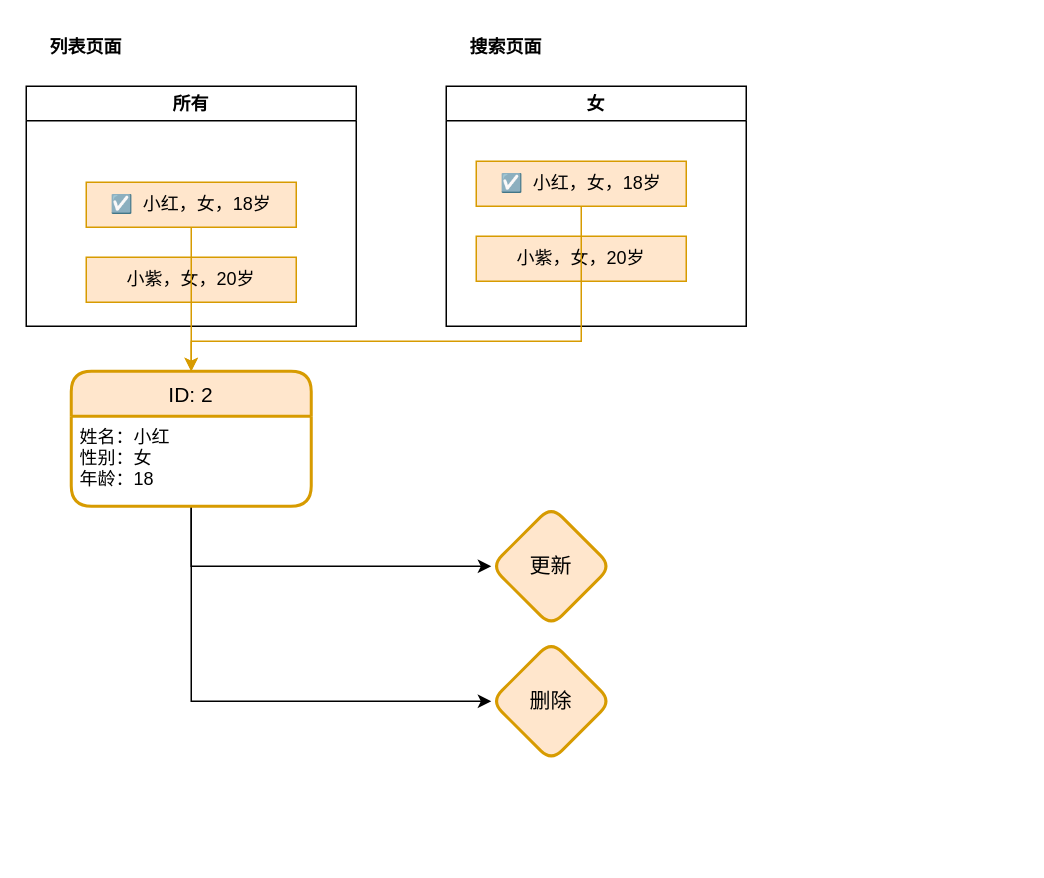
Before: page "ORM模拟" (2 of 2) of Untitled Diagram.drawio in clevok/static, a draw.io diagram. Source tidied: cells renumbered, new cells numbered last; positions are measured from the earlier drawing's top-left corner, leaving out a move shared by most shapes. Both pictures are drawn from the tidied source at 150%, with x=0, y=0 at pixel (26, 26).
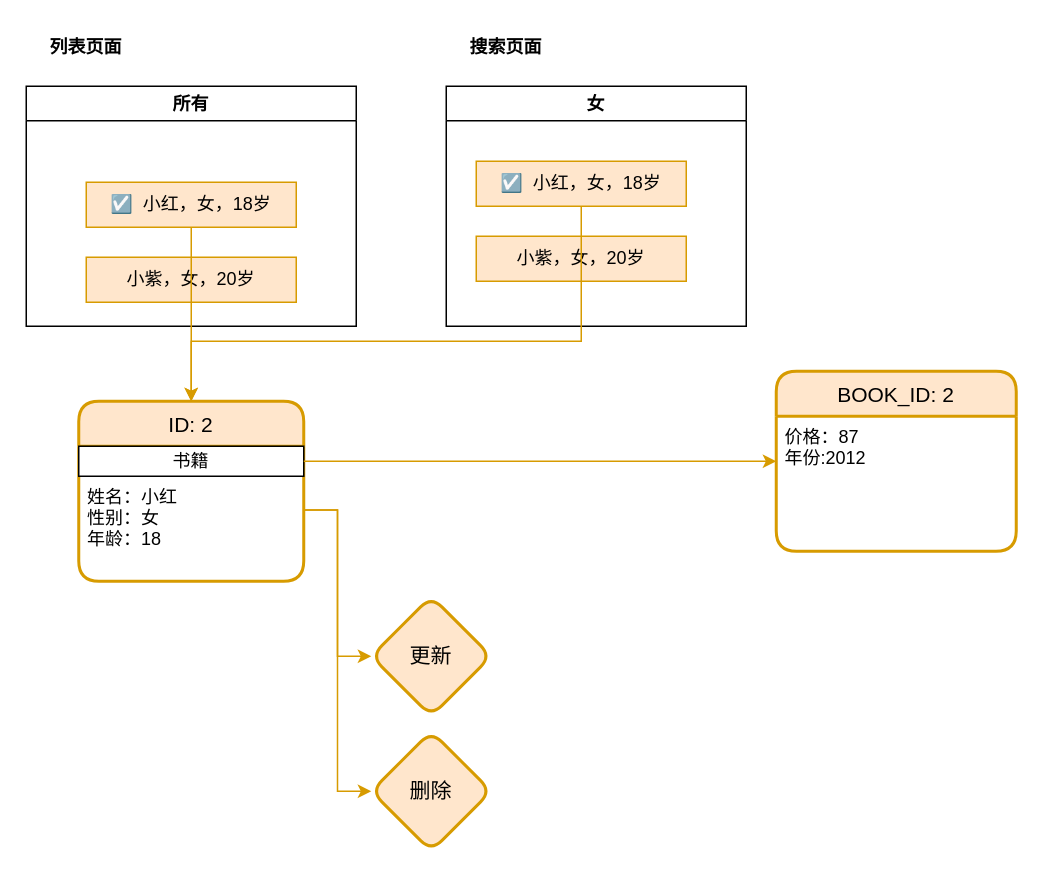
The same page after the edit.

Diff of the diagram source:
```diff
@@
-    <mxCell id="10" style="edgeStyle=orthogonalEdgeStyle;rounded=0;jettySize=auto;html=1;exitX=0.5;exitY=1;exitDx=0;exitDy=0;" parent="1" edge="1" source="13" target="16">
-      <mxGeometry relative="1" as="geometry" />
-    </mxCell>
-    <mxCell id="11" style="edgeStyle=orthogonalEdgeStyle;rounded=0;jettySize=auto;html=1;entryX=0;entryY=0.5;entryDx=0;entryDy=0;exitX=0.5;exitY=1;exitDx=0;exitDy=0;" parent="1" edge="1" source="13" target="17">
-      <mxGeometry relative="1" as="geometry" />
-    </mxCell>
     <mxCell id="12" value="ID: 2" style="swimlane;horizontal=1;startSize=30;rounded=1;fontSize=14;fontStyle=0;strokeWidth=2;shadow=0;dashed=0;align=center;fillColor=#ffe6cc;strokeColor=#d79b00;" parent="1" vertex="1">
-      <mxGeometry x="30" y="230" width="160" height="90" as="geometry" />
+      <mxGeometry x="35" y="250" width="150" height="120" as="geometry" />
     </mxCell>
+    <mxCell id="18" value="书籍" style="rounded=0;whiteSpace=wrap;html=1;" parent="12" vertex="1">
+      <mxGeometry y="30" width="150" height="20" as="geometry" />
+    </mxCell>
-    <mxCell id="13" value="姓名：小红&#10;性别：女&#10;年龄：18" style="align=left;strokeColor=none;fillColor=none;spacingLeft=4;fontSize=12;verticalAlign=top;" parent="12" vertex="1">
-      <mxGeometry y="30" width="160" height="60" as="geometry" />
+    <mxCell id="13" value="姓名：小红&#10;性别：女&#10;年龄：18&#10;" style="align=left;strokeColor=none;fillColor=none;spacingLeft=4;fontSize=12;verticalAlign=top;" parent="12" vertex="1">
+      <mxGeometry y="50" width="150" height="90" as="geometry" />
     </mxCell>
+    <mxCell id="19" style="rounded=0;whiteSpace=wrap;html=1;" parent="12" vertex="1">
+      <mxGeometry y="140" width="150" height="-20" as="geometry" />
+    </mxCell>
@@
     <mxCell id="16" value="更新" style="rhombus;whiteSpace=wrap;html=1;rounded=1;shadow=0;dashed=0;fontSize=14;fontStyle=0;strokeColor=#d79b00;strokeWidth=2;fillColor=#ffe6cc;startSize=30;" parent="1" vertex="1">
-      <mxGeometry x="310" y="320" width="80" height="80" as="geometry" />
+      <mxGeometry x="230" y="380" width="80" height="80" as="geometry" />
     </mxCell>
     <mxCell id="17" value="删除" style="rhombus;whiteSpace=wrap;html=1;rounded=1;shadow=0;dashed=0;fontSize=14;fontStyle=0;strokeColor=#d79b00;strokeWidth=2;fillColor=#ffe6cc;startSize=30;" parent="1" vertex="1">
-      <mxGeometry x="310" y="410" width="80" height="80" as="geometry" />
+      <mxGeometry x="230" y="470" width="80" height="80" as="geometry" />
     </mxCell>
+    <mxCell id="20" value="BOOK_ID: 2" style="swimlane;horizontal=1;startSize=30;rounded=1;fontSize=14;fontStyle=0;strokeWidth=2;shadow=0;dashed=0;align=center;fillColor=#ffe6cc;strokeColor=#d79b00;" parent="1" vertex="1">
+      <mxGeometry x="500" y="230" width="160" height="120" as="geometry" />
+    </mxCell>
+    <mxCell id="21" value="价格：87&#10;年份:2012" style="align=left;strokeColor=none;fillColor=none;spacingLeft=4;fontSize=12;verticalAlign=top;" parent="20" vertex="1">
+      <mxGeometry y="30" width="160" height="90" as="geometry" />
+    </mxCell>
+    <mxCell id="22" style="edgeStyle=orthogonalEdgeStyle;rounded=0;jettySize=auto;html=1;exitX=1;exitY=0.5;exitDx=0;exitDy=0;entryX=0;entryY=0.5;entryDx=0;entryDy=0;fillColor=#ffe6cc;strokeColor=#d79b00;" parent="1" edge="1" source="18" target="20">
+      <mxGeometry relative="1" as="geometry" />
+    </mxCell>
+    <mxCell id="10" style="edgeStyle=orthogonalEdgeStyle;rounded=0;jettySize=auto;html=1;exitX=1;exitY=0.25;exitDx=0;exitDy=0;fillColor=#ffe6cc;strokeColor=#d79b00;" parent="1" edge="1" source="13" target="16">
+      <mxGeometry relative="1" as="geometry" />
+    </mxCell>
+    <mxCell id="11" style="edgeStyle=orthogonalEdgeStyle;rounded=0;jettySize=auto;html=1;exitX=1;exitY=0.25;exitDx=0;exitDy=0;entryX=0;entryY=0.5;entryDx=0;entryDy=0;fillColor=#ffe6cc;strokeColor=#d79b00;" parent="1" edge="1" source="13" target="17">
+      <mxGeometry relative="1" as="geometry" />
+    </mxCell>
```
